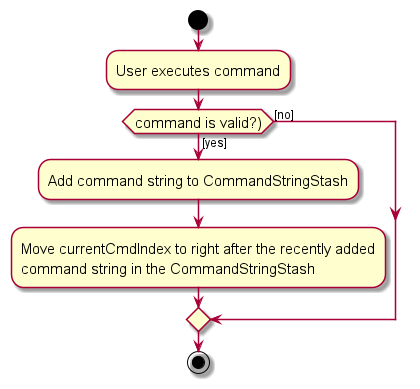
Earlier version of the PlantUML export docs/images/AddCommandStringActivityDiagram.png (nus-cs2103-AY2324S1/tp).
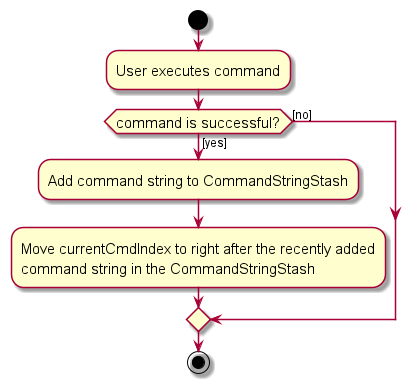
Above is the later version.

The edit, as a diff of the source:
```diff
@@ -6,7 +6,7 @@
 :User executes command;
 
 
-if (command is valid?)) then ([yes])
+if (command is successful?) then ([yes])
     :Add command string to CommandStringStash;
     :Move currentCmdIndex to right after the recently added
     command string in the CommandStringStash;
```
